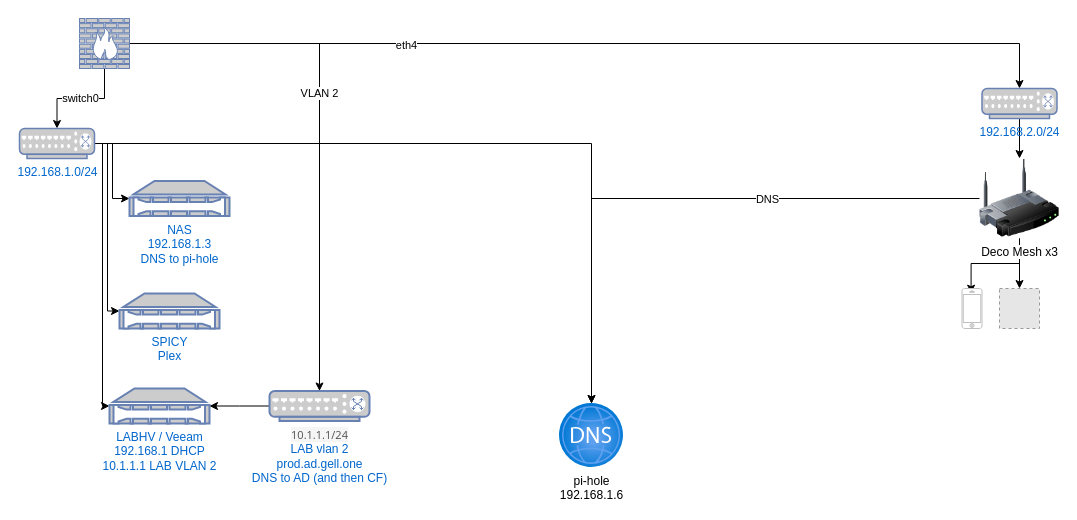
Earlier version of the draw.io diagram Untitled Diagram.drawio (adamgell/homelab). Source tidied: cells renumbered, new cells numbered last; positions are measured from the earlier drawing's top-left corner, leaving out a move shared by most shapes. Both pictures are drawn from the tidied source at 100%, with x=0, y=0 at pixel (19, 18). Pictures stored in the file or linked from it are replaced by grey dashed boxes.
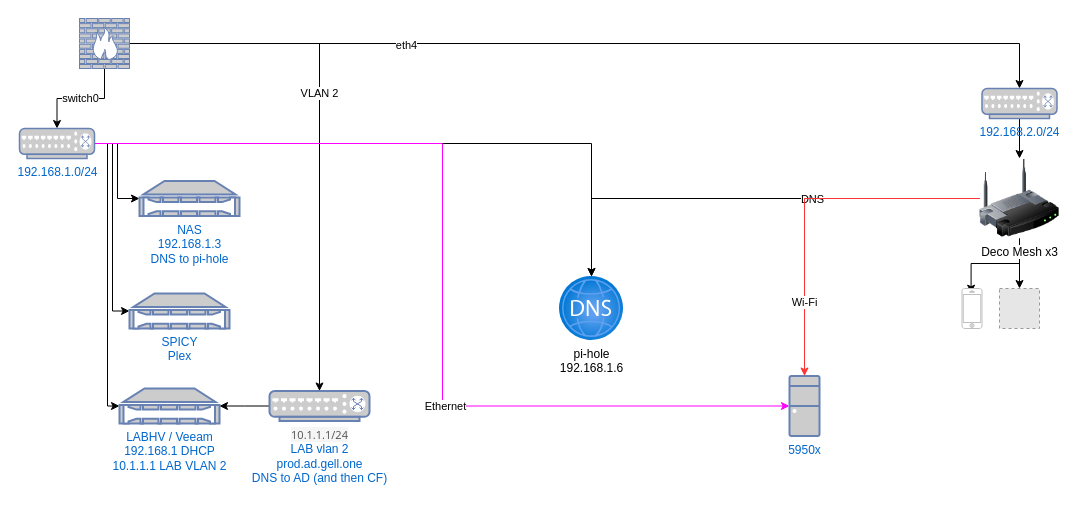
After the change.

Unchanged cells that the change refers to:
```xml
<mxCell id="13" value="192.168.1.0/24" style="fontColor=#0066CC;verticalAlign=top;verticalLabelPosition=bottom;labelPosition=center;align=center;html=1;outlineConnect=0;fillColor=#CCCCCC;strokeColor=#6881B3;gradientColor=none;gradientDirection=north;strokeWidth=2;shape=mxgraph.networks.switch;" parent="1" vertex="1">
  <mxGeometry y="110" width="75" height="30" as="geometry" />
</mxCell>
<mxCell id="20" value="Deco Mesh x3" style="image;html=1;image=img/lib/clip_art/networking/Wireless_Router_128x128.png;" parent="1" vertex="1">
  <mxGeometry x="960" y="140" width="80" height="80" as="geometry" />
</mxCell>
```

The edit, as a diff of the source:
```diff
@@
+    <mxCell id="29" style="edgeStyle=elbowEdgeStyle;rounded=0;jettySize=auto;html=1;strokeColor=#FF00FF;fillColor=#FF6666;" parent="1" edge="1" source="13" target="33">
+      <mxGeometry relative="1" as="geometry" />
+    </mxCell>
+    <mxCell id="30" value="Ethernet" style="edgeLabel;html=1;align=center;verticalAlign=middle;" parent="29" vertex="1">
+      <mxGeometry x="0.28" relative="1" as="geometry" />
+    </mxCell>
@@
+    <mxCell id="31" style="edgeStyle=orthogonalEdgeStyle;rounded=0;jettySize=auto;html=1;fillColor=#FF6666;strokeColor=#FF3333;" parent="1" edge="1" source="20" target="33">
+      <mxGeometry relative="1" as="geometry" />
+    </mxCell>
+    <mxCell id="32" value="Wi-Fi" style="edgeLabel;html=1;align=center;verticalAlign=middle;" parent="31" vertex="1">
+      <mxGeometry x="0.58" y="-1" relative="1" as="geometry" />
+    </mxCell>
@@
     <mxCell id="23" value="NAS&lt;br&gt;192.168.1.3&lt;br&gt;DNS to pi-hole" style="fontColor=#0066CC;verticalAlign=top;verticalLabelPosition=bottom;labelPosition=center;align=center;html=1;outlineConnect=0;fillColor=#CCCCCC;strokeColor=#6881B3;gradientColor=none;gradientDirection=north;strokeWidth=2;shape=mxgraph.networks.nas_filer;" parent="1" vertex="1">
-      <mxGeometry x="110" y="162.5" width="100" height="35" as="geometry" />
+      <mxGeometry x="120" y="162.5" width="100" height="35" as="geometry" />
     </mxCell>
     <mxCell id="24" value="pi-hole&lt;br&gt;192.168.1.6" style="html=1;points=[];align=center;image;fontSize=12;image=img/lib/azure2/networking/DNS_Zones.svg;" parent="1" vertex="1">
-      <mxGeometry x="540" y="385" width="64" height="64" as="geometry" />
+      <mxGeometry x="540" y="258" width="64" height="64" as="geometry" />
     </mxCell>
     <mxCell id="25" value="SPICY&lt;br&gt;Plex" style="fontColor=#0066CC;verticalAlign=top;verticalLabelPosition=bottom;labelPosition=center;align=center;html=1;outlineConnect=0;fillColor=#CCCCCC;strokeColor=#6881B3;gradientColor=none;gradientDirection=north;strokeWidth=2;shape=mxgraph.networks.nas_filer;" parent="1" vertex="1">
-      <mxGeometry x="100" y="275" width="100" height="35" as="geometry" />
+      <mxGeometry x="110" y="275" width="100" height="35" as="geometry" />
     </mxCell>
     <mxCell id="26" value="LABHV / Veeam&lt;br&gt;192.168.1 DHCP&lt;br&gt;10.1.1.1 LAB VLAN 2" style="fontColor=#0066CC;verticalAlign=top;verticalLabelPosition=bottom;labelPosition=center;align=center;html=1;outlineConnect=0;fillColor=#CCCCCC;strokeColor=#6881B3;gradientColor=none;gradientDirection=north;strokeWidth=2;shape=mxgraph.networks.nas_filer;" parent="1" vertex="1">
-      <mxGeometry x="90" y="370" width="100" height="35" as="geometry" />
+      <mxGeometry x="100" y="370" width="100" height="35" as="geometry" />
     </mxCell>
@@
+    <mxCell id="33" value="5950x" style="fontColor=#0066CC;verticalAlign=top;verticalLabelPosition=bottom;labelPosition=center;align=center;html=1;outlineConnect=0;fillColor=#CCCCCC;strokeColor=#6881B3;gradientColor=none;gradientDirection=north;strokeWidth=2;shape=mxgraph.networks.desktop_pc;" parent="1" vertex="1">
+      <mxGeometry x="770" y="357.5" width="30" height="60" as="geometry" />
+    </mxCell>
```
